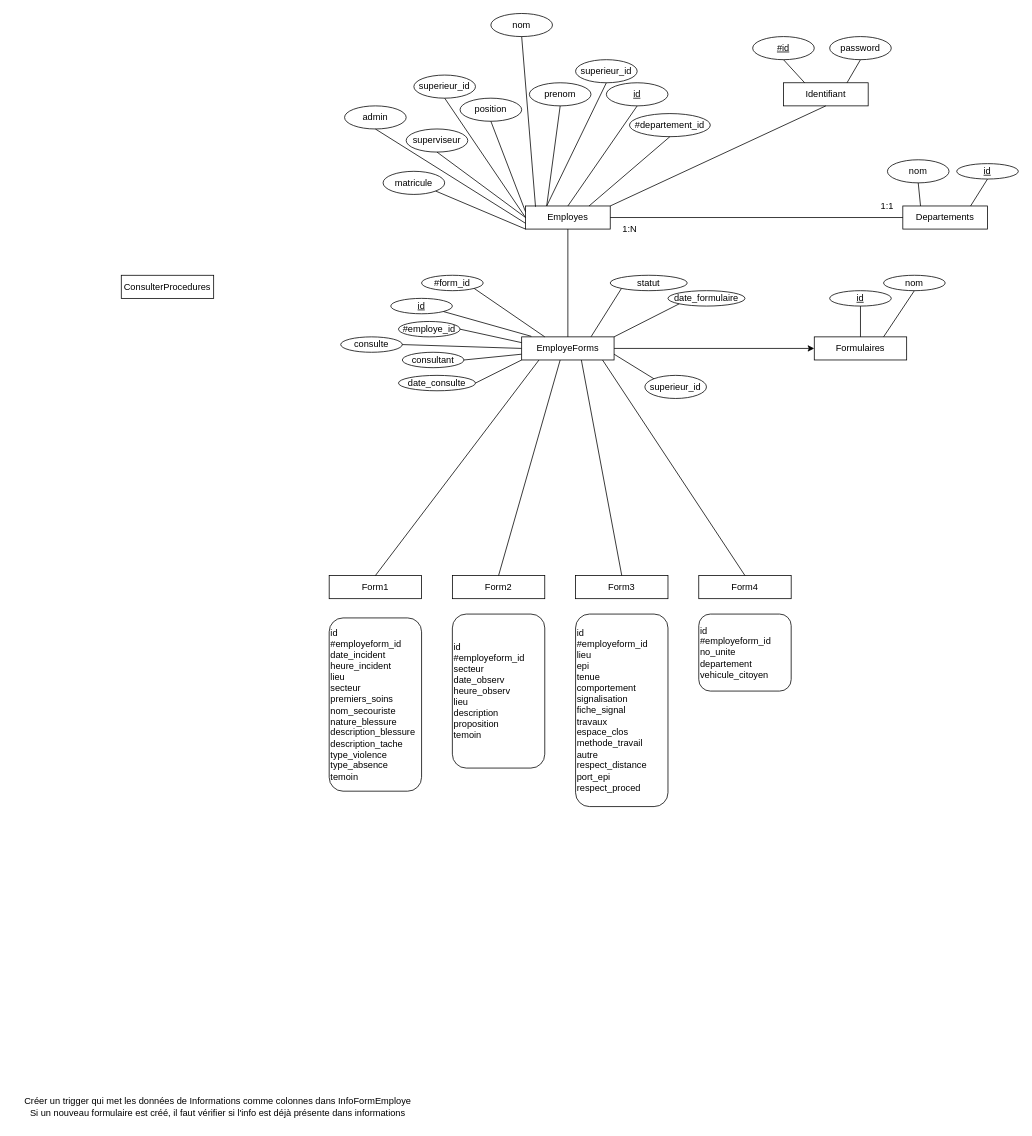
Before: Notes/BDD/BDD.drawio in antoineg94/Projet-integration, a draw.io diagram. Source tidied: cells renumbered, new cells numbered last; positions are measured from the earlier drawing's top-left corner, leaving out a move shared by most shapes. Both pictures are drawn from the tidied source at 77%, with x=0, y=0 at pixel (13, 13).
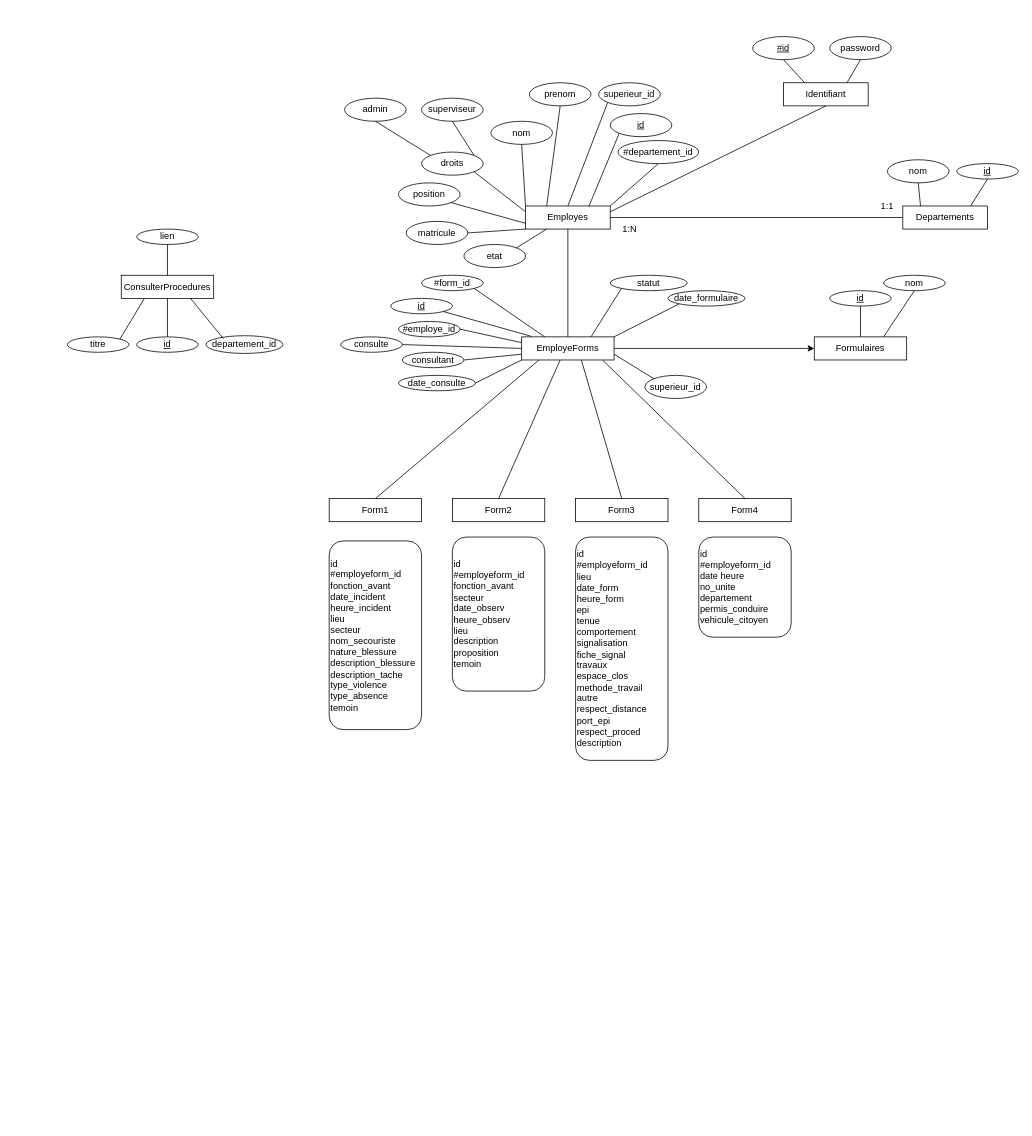
Above is the later version.

Unchanged cells that the change refers to:
```xml
<mxCell id="2" value="Employes" style="rounded=0;whiteSpace=wrap;html=1;" parent="1" vertex="1">
  <mxGeometry x="665" y="250" width="110" height="30" as="geometry" />
</mxCell>
<mxCell id="49" value="ConsulterProcedures" style="rounded=0;whiteSpace=wrap;html=1;" parent="1" vertex="1">
  <mxGeometry x="140" y="340" width="120" height="30" as="geometry" />
</mxCell>
<mxCell id="57" value="Identifiant" style="rounded=0;whiteSpace=wrap;html=1;" parent="1" vertex="1">
  <mxGeometry x="1000" y="90" width="110" height="30" as="geometry" />
</mxCell>
```

What changed in the source:
```diff
@@
-    <mxCell id="3" value="Créer un trigger qui met les données de Informations comme colonnes dans InfoFormEmploye&lt;br&gt;Si un nouveau formulaire est créé, il faut vérifier si l'info est déjà présente dans informations" style="text;html=1;align=center;verticalAlign=middle;strokeColor=none;fillColor=none;" parent="1" vertex="1">
-      <mxGeometry y="1400" width="530" height="40" as="geometry" />
-    </mxCell>
@@
     <mxCell id="16" value="nom" style="ellipse;whiteSpace=wrap;html=1;" parent="1" vertex="1">
-      <mxGeometry x="620" width="80" height="30" as="geometry" />
+      <mxGeometry x="620" y="140" width="80" height="30" as="geometry" />
     </mxCell>
-    <mxCell id="17" style="endArrow=none;html=1;rounded=0;entryX=0.5;entryY=1;entryDx=0;entryDy=0;exitX=0.118;exitY=0.033;exitDx=0;exitDy=0;exitPerimeter=0;" parent="1" edge="1" source="2" target="16">
+    <mxCell id="17" style="endArrow=none;html=1;rounded=0;entryX=0.5;entryY=1;entryDx=0;entryDy=0;exitX=0;exitY=0;exitDx=0;exitDy=0;" parent="1" edge="1" source="2" target="16">
       <mxGeometry relative="1" as="geometry" />
     </mxCell>
@@
     <mxCell id="19" value="&lt;u&gt;id&lt;/u&gt;" style="ellipse;whiteSpace=wrap;html=1;" parent="1" vertex="1">
-      <mxGeometry x="770" y="90" width="80" height="30" as="geometry" />
+      <mxGeometry x="775" y="130" width="80" height="30" as="geometry" />
     </mxCell>
-    <mxCell id="20" style="endArrow=none;html=1;rounded=0;entryX=0.5;entryY=0;entryDx=0;entryDy=0;exitX=0.5;exitY=1;exitDx=0;exitDy=0;" parent="1" edge="1" source="19" target="2">
+    <mxCell id="20" style="endArrow=none;html=1;rounded=0;entryX=0.75;entryY=0;entryDx=0;entryDy=0;exitX=0;exitY=1;exitDx=0;exitDy=0;" parent="1" edge="1" source="19" target="2">
       <mxGeometry relative="1" as="geometry" />
     </mxCell>
@@
     <mxCell id="22" value="#departement_id" style="ellipse;whiteSpace=wrap;html=1;" parent="1" vertex="1">
-      <mxGeometry x="800" y="130" width="105" height="30" as="geometry" />
+      <mxGeometry x="785" y="165" width="105" height="30" as="geometry" />
     </mxCell>
-    <mxCell id="23" style="endArrow=none;html=1;rounded=0;entryX=0.5;entryY=1;entryDx=0;entryDy=0;exitX=0.75;exitY=0;exitDx=0;exitDy=0;" parent="1" edge="1" source="2" target="22">
+    <mxCell id="23" style="endArrow=none;html=1;rounded=0;entryX=0.5;entryY=1;entryDx=0;entryDy=0;exitX=1;exitY=0;exitDx=0;exitDy=0;" parent="1" edge="1" source="2" target="22">
       <mxGeometry relative="1" as="geometry" />
     </mxCell>
@@
     <mxCell id="27" value="Form1" style="rounded=0;whiteSpace=wrap;html=1;" parent="1" vertex="1">
-      <mxGeometry x="410" y="730" width="120" height="30" as="geometry" />
+      <mxGeometry x="410" y="630" width="120" height="30" as="geometry" />
     </mxCell>
     <mxCell id="28" value="Form2" style="rounded=0;whiteSpace=wrap;html=1;" parent="1" vertex="1">
-      <mxGeometry x="570" y="730" width="120" height="30" as="geometry" />
+      <mxGeometry x="570" y="630" width="120" height="30" as="geometry" />
     </mxCell>
     <mxCell id="29" value="Form3" style="rounded=0;whiteSpace=wrap;html=1;" parent="1" vertex="1">
-      <mxGeometry x="730" y="730" width="120" height="30" as="geometry" />
+      <mxGeometry x="730" y="630" width="120" height="30" as="geometry" />
     </mxCell>
     <mxCell id="30" value="Form4" style="rounded=0;whiteSpace=wrap;html=1;" parent="1" vertex="1">
-      <mxGeometry x="890" y="730" width="120" height="30" as="geometry" />
+      <mxGeometry x="890" y="630" width="120" height="30" as="geometry" />
     </mxCell>
     <mxCell id="31" value="superieur_id" style="ellipse;whiteSpace=wrap;html=1;" parent="1" vertex="1">
-      <mxGeometry x="730" y="60" width="80" height="30" as="geometry" />
+      <mxGeometry x="760" y="90" width="80" height="30" as="geometry" />
     </mxCell>
-    <mxCell id="32" style="endArrow=none;html=1;rounded=0;exitX=0.5;exitY=1;exitDx=0;exitDy=0;entryX=0.25;entryY=0;entryDx=0;entryDy=0;" parent="1" edge="1" source="31" target="2">
+    <mxCell id="32" style="endArrow=none;html=1;rounded=0;exitX=0;exitY=1;exitDx=0;exitDy=0;entryX=0.5;entryY=0;entryDx=0;entryDy=0;" parent="1" edge="1" source="31" target="2">
       <mxGeometry relative="1" as="geometry" />
     </mxCell>
-    <mxCell id="33" value="id&lt;br&gt;#employeform_id&lt;br&gt;&lt;span style=&quot;background-color: initial;&quot;&gt;date_incident&lt;/span&gt;&lt;br&gt;&lt;div style=&quot;&quot;&gt;heure_incident&lt;/div&gt;&lt;div style=&quot;&quot;&gt;lieu&lt;/div&gt;&lt;div style=&quot;&quot;&gt;secteur&lt;/div&gt;&lt;div style=&quot;&quot;&gt;premiers_soins&lt;/div&gt;&lt;div style=&quot;&quot;&gt;nom_secouriste&lt;/div&gt;&lt;div style=&quot;&quot;&gt;nature_blessure&lt;/div&gt;&lt;div style=&quot;&quot;&gt;description_blessure&lt;/div&gt;&lt;div style=&quot;&quot;&gt;description_tache&lt;/div&gt;&lt;div style=&quot;&quot;&gt;type_violence&lt;/div&gt;&lt;div style=&quot;&quot;&gt;type_absence&lt;/div&gt;&lt;div style=&quot;&quot;&gt;temoin&lt;/div&gt;" style="rounded=1;whiteSpace=wrap;html=1;align=left;" parent="1" vertex="1">
-      <mxGeometry x="410" y="785" width="120" height="225" as="geometry" />
+    <mxCell id="33" value="id&lt;br&gt;#employeform_id&lt;br&gt;fonction_avant&lt;br&gt;&lt;span style=&quot;background-color: initial;&quot;&gt;date_incident&lt;/span&gt;&lt;br&gt;&lt;div style=&quot;&quot;&gt;heure_incident&lt;/div&gt;&lt;div style=&quot;&quot;&gt;lieu&lt;/div&gt;&lt;div style=&quot;&quot;&gt;secteur&lt;/div&gt;&lt;div style=&quot;&quot;&gt;nom_secouriste&lt;/div&gt;&lt;div style=&quot;&quot;&gt;nature_blessure&lt;/div&gt;&lt;div style=&quot;&quot;&gt;description_blessure&lt;/div&gt;&lt;div style=&quot;&quot;&gt;description_tache&lt;/div&gt;&lt;div style=&quot;&quot;&gt;type_violence&lt;/div&gt;&lt;div style=&quot;&quot;&gt;type_absence&lt;/div&gt;&lt;div style=&quot;&quot;&gt;temoin&lt;/div&gt;" style="rounded=1;whiteSpace=wrap;html=1;align=left;" parent="1" vertex="1">
+      <mxGeometry x="410" y="685" width="120" height="245" as="geometry" />
     </mxCell>
-    <mxCell id="34" value="id&lt;br&gt;#employeform_id&lt;br&gt;&lt;span style=&quot;background-color: initial;&quot;&gt;secteur&lt;/span&gt;&lt;br&gt;&lt;div style=&quot;&quot;&gt;date_observ&lt;/div&gt;&lt;div style=&quot;&quot;&gt;heure_observ&lt;/div&gt;&lt;div style=&quot;&quot;&gt;lieu&lt;/div&gt;&lt;div style=&quot;&quot;&gt;description&lt;/div&gt;&lt;div style=&quot;&quot;&gt;proposition&lt;/div&gt;&lt;div style=&quot;&quot;&gt;temoin&lt;/div&gt;" style="rounded=1;whiteSpace=wrap;html=1;align=left;" parent="1" vertex="1">
-      <mxGeometry x="570" y="780" width="120" height="200" as="geometry" />
+    <mxCell id="34" value="id&lt;br&gt;#employeform_id&lt;br&gt;fonction_avant&lt;br&gt;&lt;span style=&quot;background-color: initial;&quot;&gt;secteur&lt;/span&gt;&lt;br&gt;&lt;div style=&quot;&quot;&gt;date_observ&lt;/div&gt;&lt;div style=&quot;&quot;&gt;heure_observ&lt;/div&gt;&lt;div style=&quot;&quot;&gt;lieu&lt;/div&gt;&lt;div style=&quot;&quot;&gt;description&lt;/div&gt;&lt;div style=&quot;&quot;&gt;proposition&lt;/div&gt;&lt;div style=&quot;&quot;&gt;temoin&lt;/div&gt;" style="rounded=1;whiteSpace=wrap;html=1;align=left;" parent="1" vertex="1">
+      <mxGeometry x="570" y="680" width="120" height="200" as="geometry" />
     </mxCell>
-    <mxCell id="35" value="id&lt;br style=&quot;border-color: var(--border-color);&quot;&gt;#employeform_id&lt;br&gt;lieu&lt;br style=&quot;border-color: var(--border-color);&quot;&gt;&lt;div style=&quot;border-color: var(--border-color);&quot;&gt;epi&lt;/div&gt;&lt;div style=&quot;border-color: var(--border-color);&quot;&gt;tenue&lt;/div&gt;&lt;div style=&quot;border-color: var(--border-color);&quot;&gt;comportement&lt;/div&gt;&lt;div style=&quot;border-color: var(--border-color);&quot;&gt;signalisation&lt;/div&gt;&lt;div style=&quot;border-color: var(--border-color);&quot;&gt;fiche_signal&lt;/div&gt;&lt;div style=&quot;border-color: var(--border-color);&quot;&gt;travaux&lt;/div&gt;&lt;div style=&quot;border-color: var(--border-color);&quot;&gt;espace_clos&lt;/div&gt;&lt;div style=&quot;border-color: var(--border-color);&quot;&gt;methode_travail&lt;/div&gt;&lt;div style=&quot;border-color: var(--border-color);&quot;&gt;autre&lt;/div&gt;&lt;div style=&quot;border-color: var(--border-color);&quot;&gt;respect_distance&lt;/div&gt;&lt;div style=&quot;border-color: var(--border-color);&quot;&gt;port_epi&lt;/div&gt;&lt;div style=&quot;border-color: var(--border-color);&quot;&gt;respect_proced&lt;/div&gt;" style="rounded=1;whiteSpace=wrap;html=1;align=left;" parent="1" vertex="1">
-      <mxGeometry x="730" y="780" width="120" height="250" as="geometry" />
+    <mxCell id="35" value="id&lt;br style=&quot;border-color: var(--border-color);&quot;&gt;#employeform_id&lt;br&gt;lieu&lt;br&gt;date_form&lt;br&gt;heure_form&lt;br style=&quot;border-color: var(--border-color);&quot;&gt;&lt;div style=&quot;border-color: var(--border-color);&quot;&gt;epi&lt;/div&gt;&lt;div style=&quot;border-color: var(--border-color);&quot;&gt;tenue&lt;/div&gt;&lt;div style=&quot;border-color: var(--border-color);&quot;&gt;comportement&lt;/div&gt;&lt;div style=&quot;border-color: var(--border-color);&quot;&gt;signalisation&lt;/div&gt;&lt;div style=&quot;border-color: var(--border-color);&quot;&gt;fiche_signal&lt;/div&gt;&lt;div style=&quot;border-color: var(--border-color);&quot;&gt;travaux&lt;/div&gt;&lt;div style=&quot;border-color: var(--border-color);&quot;&gt;espace_clos&lt;/div&gt;&lt;div style=&quot;border-color: var(--border-color);&quot;&gt;methode_travail&lt;/div&gt;&lt;div style=&quot;border-color: var(--border-color);&quot;&gt;autre&lt;/div&gt;&lt;div style=&quot;border-color: var(--border-color);&quot;&gt;respect_distance&lt;/div&gt;&lt;div style=&quot;border-color: var(--border-color);&quot;&gt;port_epi&lt;/div&gt;&lt;div style=&quot;border-color: var(--border-color);&quot;&gt;respect_proced&lt;/div&gt;&lt;div style=&quot;border-color: var(--border-color);&quot;&gt;description&lt;/div&gt;" style="rounded=1;whiteSpace=wrap;html=1;align=left;" parent="1" vertex="1">
+      <mxGeometry x="730" y="680" width="120" height="290" as="geometry" />
     </mxCell>
-    <mxCell id="36" value="id&lt;br style=&quot;border-color: var(--border-color);&quot;&gt;#employeform_id&lt;br&gt;no_unite&lt;br&gt;departement&lt;br&gt;vehicule_citoyen" style="rounded=1;whiteSpace=wrap;html=1;align=left;" parent="1" vertex="1">
-      <mxGeometry x="890" y="780" width="120" height="100" as="geometry" />
+    <mxCell id="36" value="id&lt;br style=&quot;border-color: var(--border-color);&quot;&gt;#employeform_id&lt;br&gt;date heure&lt;br&gt;no_unite&lt;br&gt;departement&lt;br&gt;permis_conduire&lt;br&gt;vehicule_citoyen" style="rounded=1;whiteSpace=wrap;html=1;align=left;" parent="1" vertex="1">
+      <mxGeometry x="890" y="680" width="120" height="130" as="geometry" />
     </mxCell>
@@
-    <mxCell id="62" style="endArrow=none;html=1;rounded=0;entryX=0.5;entryY=1;entryDx=0;entryDy=0;exitX=1;exitY=0;exitDx=0;exitDy=0;" parent="1" edge="1" source="2" target="57">
+    <mxCell id="62" style="endArrow=none;html=1;rounded=0;entryX=0.5;entryY=1;entryDx=0;entryDy=0;exitX=1;exitY=0.25;exitDx=0;exitDy=0;" parent="1" edge="1" source="2" target="57">
       <mxGeometry relative="1" as="geometry" />
     </mxCell>
@@
-    <mxCell id="65" value="superieur_id" style="ellipse;whiteSpace=wrap;html=1;" parent="1" vertex="1">
-      <mxGeometry x="520" y="80" width="80" height="30" as="geometry" />
-    </mxCell>
     <mxCell id="66" value="position" style="ellipse;whiteSpace=wrap;html=1;" parent="1" vertex="1">
-      <mxGeometry x="580" y="110" width="80" height="30" as="geometry" />
+      <mxGeometry x="500" y="220" width="80" height="30" as="geometry" />
     </mxCell>
     <mxCell id="67" value="admin" style="ellipse;whiteSpace=wrap;html=1;" parent="1" vertex="1">
-      <mxGeometry x="430" y="120" width="80" height="30" as="geometry" />
+      <mxGeometry x="430" y="110" width="80" height="30" as="geometry" />
     </mxCell>
     <mxCell id="68" value="superviseur" style="ellipse;whiteSpace=wrap;html=1;" parent="1" vertex="1">
-      <mxGeometry x="510" y="150" width="80" height="30" as="geometry" />
+      <mxGeometry x="530" y="110" width="80" height="30" as="geometry" />
     </mxCell>
-    <mxCell id="69" style="endArrow=none;html=1;rounded=0;entryX=0.5;entryY=1;entryDx=0;entryDy=0;exitX=0;exitY=0.25;exitDx=0;exitDy=0;" parent="1" edge="1" source="2" target="66">
+    <mxCell id="69" style="endArrow=none;html=1;rounded=0;entryX=1;entryY=1;entryDx=0;entryDy=0;exitX=0;exitY=0.75;exitDx=0;exitDy=0;" parent="1" edge="1" source="2" target="66">
       <mxGeometry relative="1" as="geometry" />
     </mxCell>
-    <mxCell id="70" style="endArrow=none;html=1;rounded=0;entryX=0.5;entryY=1;entryDx=0;entryDy=0;exitX=0;exitY=0.5;exitDx=0;exitDy=0;" parent="1" edge="1" source="2" target="65">
-      <mxGeometry relative="1" as="geometry" />
-    </mxCell>
-    <mxCell id="71" style="endArrow=none;html=1;rounded=0;entryX=0.5;entryY=1;entryDx=0;entryDy=0;exitX=0;exitY=0.5;exitDx=0;exitDy=0;" parent="1" edge="1" source="2" target="68">
+    <mxCell id="71" style="endArrow=none;html=1;rounded=0;entryX=0.5;entryY=1;entryDx=0;entryDy=0;exitX=1;exitY=0;exitDx=0;exitDy=0;" parent="1" edge="1" source="85" target="68">
       <mxGeometry relative="1" as="geometry" />
     </mxCell>
-    <mxCell id="72" style="endArrow=none;html=1;rounded=0;entryX=0.5;entryY=1;entryDx=0;entryDy=0;exitX=0;exitY=0.75;exitDx=0;exitDy=0;" parent="1" edge="1" source="2" target="67">
+    <mxCell id="72" style="endArrow=none;html=1;rounded=0;entryX=0.5;entryY=1;entryDx=0;entryDy=0;exitX=0;exitY=0;exitDx=0;exitDy=0;" parent="1" edge="1" source="85" target="67">
       <mxGeometry relative="1" as="geometry" />
     </mxCell>
     <mxCell id="73" value="matricule" style="ellipse;whiteSpace=wrap;html=1;" parent="1" vertex="1">
-      <mxGeometry x="480" y="205" width="80" height="30" as="geometry" />
+      <mxGeometry x="510" y="270" width="80" height="30" as="geometry" />
     </mxCell>
-    <mxCell id="74" style="endArrow=none;html=1;rounded=0;entryX=0;entryY=1;entryDx=0;entryDy=0;exitX=1;exitY=1;exitDx=0;exitDy=0;" parent="1" edge="1" source="73" target="2">
+    <mxCell id="74" style="endArrow=none;html=1;rounded=0;entryX=0;entryY=1;entryDx=0;entryDy=0;exitX=1;exitY=0.5;exitDx=0;exitDy=0;" parent="1" edge="1" source="73" target="2">
       <mxGeometry relative="1" as="geometry" />
     </mxCell>
@@
+    <mxCell id="77" value="departement_id" style="ellipse;whiteSpace=wrap;html=1;" parent="1" vertex="1">
+      <mxGeometry x="250" y="418.5" width="100" height="23" as="geometry" />
+    </mxCell>
+    <mxCell id="78" style="endArrow=none;html=1;rounded=0;entryX=0.75;entryY=1;entryDx=0;entryDy=0;exitX=0.226;exitY=0.169;exitDx=0;exitDy=0;exitPerimeter=0;" parent="1" edge="1" source="77" target="49">
+      <mxGeometry relative="1" as="geometry" />
+    </mxCell>
+    <mxCell id="79" value="&lt;u&gt;id&lt;/u&gt;" style="ellipse;whiteSpace=wrap;html=1;" parent="1" vertex="1">
+      <mxGeometry x="160" y="420" width="80" height="20" as="geometry" />
+    </mxCell>
+    <mxCell id="80" style="endArrow=none;html=1;rounded=0;entryX=0.5;entryY=0;entryDx=0;entryDy=0;exitX=0.5;exitY=1;exitDx=0;exitDy=0;" parent="1" edge="1" source="49" target="79">
+      <mxGeometry relative="1" as="geometry" />
+    </mxCell>
+    <mxCell id="81" value="titre" style="ellipse;whiteSpace=wrap;html=1;" parent="1" vertex="1">
+      <mxGeometry x="70" y="420" width="80" height="20" as="geometry" />
+    </mxCell>
+    <mxCell id="82" style="endArrow=none;html=1;rounded=0;entryX=1;entryY=0;entryDx=0;entryDy=0;exitX=0.25;exitY=1;exitDx=0;exitDy=0;" parent="1" edge="1" source="49" target="81">
+      <mxGeometry relative="1" as="geometry" />
+    </mxCell>
+    <mxCell id="83" value="lien" style="ellipse;whiteSpace=wrap;html=1;" parent="1" vertex="1">
+      <mxGeometry x="160" y="280" width="80" height="20" as="geometry" />
+    </mxCell>
+    <mxCell id="84" style="endArrow=none;html=1;rounded=0;entryX=0.5;entryY=0;entryDx=0;entryDy=0;exitX=0.5;exitY=1;exitDx=0;exitDy=0;" parent="1" edge="1" source="83" target="49">
+      <mxGeometry relative="1" as="geometry" />
+    </mxCell>
+    <mxCell id="85" value="droits" style="ellipse;whiteSpace=wrap;html=1;" parent="1" vertex="1">
+      <mxGeometry x="530" y="180" width="80" height="30" as="geometry" />
+    </mxCell>
+    <mxCell id="86" style="endArrow=none;html=1;rounded=0;entryX=0;entryY=0.25;entryDx=0;entryDy=0;exitX=1;exitY=1;exitDx=0;exitDy=0;" parent="1" edge="1" source="85" target="2">
+      <mxGeometry relative="1" as="geometry" />
+    </mxCell>
+    <mxCell id="87" value="etat" style="ellipse;whiteSpace=wrap;html=1;" parent="1" vertex="1">
+      <mxGeometry x="585" y="300" width="80" height="30" as="geometry" />
+    </mxCell>
+    <mxCell id="88" style="endArrow=none;html=1;rounded=0;entryX=0.25;entryY=1;entryDx=0;entryDy=0;exitX=1;exitY=0;exitDx=0;exitDy=0;" parent="1" edge="1" source="87" target="2">
+      <mxGeometry relative="1" as="geometry" />
+    </mxCell>
```
